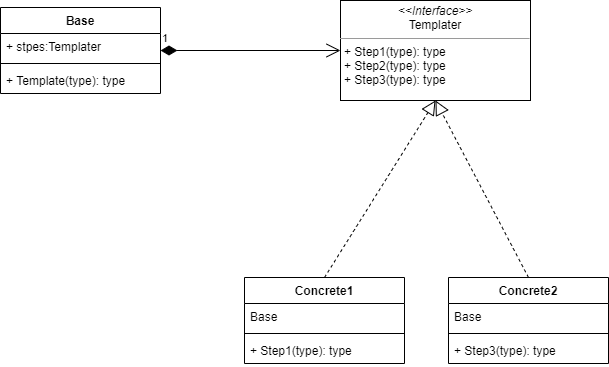
This is 022/templatepatterninterface.drawio.png from yinghao-liu/design-pattern, a draw.io export, as it was before one commit. Source tidied: cells renumbered, new cells last; positions are measured from the earlier drawing's top-left corner, leaving out a move shared by most shapes. Source of this version:
```xml
<mxGraphModel>
  <root>
    <mxCell id="0" />
    <mxCell id="1" parent="0" />
    <mxCell id="2" value="&lt;p style=&quot;margin: 0px ; margin-top: 4px ; text-align: center&quot;&gt;&lt;i&gt;&amp;lt;&amp;lt;Interface&amp;gt;&amp;gt;&lt;/i&gt;&lt;br&gt;&lt;span style=&quot;text-align: left&quot;&gt;Templater&lt;/span&gt;&lt;br&gt;&lt;/p&gt;&lt;hr size=&quot;1&quot;&gt;&lt;p style=&quot;margin: 0px ; margin-left: 4px&quot;&gt;&lt;/p&gt;&lt;p style=&quot;margin: 0px ; margin-left: 4px&quot;&gt;+ Step1(type): type&lt;br style=&quot;padding: 0px ; margin: 0px&quot;&gt;+ Step2(type): type&lt;br style=&quot;padding: 0px ; margin: 0px&quot;&gt;+ Step3(type): type&lt;br&gt;&lt;/p&gt;" style="verticalAlign=top;align=left;overflow=fill;fontSize=12;fontFamily=Helvetica;html=1;" parent="1" vertex="1">
      <mxGeometry x="340" width="190" height="100" as="geometry" />
    </mxCell>
    <mxCell id="3" value="Base" style="swimlane;fontStyle=1;align=center;verticalAlign=top;horizontal=1;startSize=26;" parent="1" vertex="1">
      <mxGeometry y="7" width="160" height="86" as="geometry" />
    </mxCell>
    <mxCell id="4" value="+ stpes:Templater&#10;" style="text;strokeColor=none;fillColor=none;align=left;verticalAlign=top;spacingLeft=4;spacingRight=4;overflow=hidden;" parent="3" vertex="1">
      <mxGeometry y="26" width="160" height="26" as="geometry" />
    </mxCell>
    <mxCell id="5" style="line;strokeWidth=1;fillColor=none;align=left;verticalAlign=middle;spacingTop=-1;spacingLeft=3;spacingRight=3;labelPosition=right;" parent="3" vertex="1">
      <mxGeometry y="52" width="160" height="8" as="geometry" />
    </mxCell>
    <mxCell id="6" value="+ Template(type): type" style="text;strokeColor=none;fillColor=none;align=left;verticalAlign=top;spacingLeft=4;spacingRight=4;overflow=hidden;" parent="3" vertex="1">
      <mxGeometry y="60" width="160" height="26" as="geometry" />
    </mxCell>
    <mxCell id="7" value="1" style="endArrow=open;html=1;endSize=12;startArrow=diamondThin;startSize=14;startFill=1;edgeStyle=orthogonalEdgeStyle;align=left;verticalAlign=bottom;exitX=1;exitY=0.5;exitDx=0;exitDy=0;entryX=0;entryY=0.5;entryDx=0;entryDy=0;" parent="1" edge="1" source="3" target="2">
      <mxGeometry x="-1" y="3" relative="1" as="geometry" />
    </mxCell>
    <mxCell id="8" value="Concrete1" style="swimlane;fontStyle=1;align=center;verticalAlign=top;horizontal=1;startSize=26;" parent="1" vertex="1">
      <mxGeometry x="244" y="277" width="160" height="86" as="geometry" />
    </mxCell>
    <mxCell id="9" value="Base" style="text;strokeColor=none;fillColor=none;align=left;verticalAlign=top;spacingLeft=4;spacingRight=4;overflow=hidden;" parent="8" vertex="1">
      <mxGeometry y="26" width="160" height="26" as="geometry" />
    </mxCell>
    <mxCell id="10" style="line;strokeWidth=1;fillColor=none;align=left;verticalAlign=middle;spacingTop=-1;spacingLeft=3;spacingRight=3;labelPosition=right;" parent="8" vertex="1">
      <mxGeometry y="52" width="160" height="8" as="geometry" />
    </mxCell>
    <mxCell id="11" value="+ Step1(type): type" style="text;strokeColor=none;fillColor=none;align=left;verticalAlign=top;spacingLeft=4;spacingRight=4;overflow=hidden;" parent="8" vertex="1">
      <mxGeometry y="60" width="160" height="26" as="geometry" />
    </mxCell>
    <mxCell id="12" value="Concrete2" style="swimlane;fontStyle=1;align=center;verticalAlign=top;horizontal=1;startSize=26;" parent="1" vertex="1">
      <mxGeometry x="448" y="277" width="160" height="86" as="geometry" />
    </mxCell>
    <mxCell id="13" value="Base" style="text;strokeColor=none;fillColor=none;align=left;verticalAlign=top;spacingLeft=4;spacingRight=4;overflow=hidden;" parent="12" vertex="1">
      <mxGeometry y="26" width="160" height="26" as="geometry" />
    </mxCell>
    <mxCell id="14" style="line;strokeWidth=1;fillColor=none;align=left;verticalAlign=middle;spacingTop=-1;spacingLeft=3;spacingRight=3;labelPosition=right;" parent="12" vertex="1">
      <mxGeometry y="52" width="160" height="8" as="geometry" />
    </mxCell>
    <mxCell id="15" value="+ Step3(type): type" style="text;strokeColor=none;fillColor=none;align=left;verticalAlign=top;spacingLeft=4;spacingRight=4;overflow=hidden;" parent="12" vertex="1">
      <mxGeometry y="60" width="160" height="26" as="geometry" />
    </mxCell>
    <mxCell id="16" style="endArrow=block;dashed=1;endFill=0;endSize=12;html=1;entryX=0.5;entryY=1;entryDx=0;entryDy=0;exitX=0.5;exitY=0;exitDx=0;exitDy=0;" parent="1" edge="1" source="8" target="2">
      <mxGeometry relative="1" as="geometry" />
    </mxCell>
    <mxCell id="17" style="endArrow=block;dashed=1;endFill=0;endSize=12;html=1;exitX=0.5;exitY=0;exitDx=0;exitDy=0;entryX=0.5;entryY=1;entryDx=0;entryDy=0;" parent="1" edge="1" source="12" target="2">
      <mxGeometry relative="1" as="geometry" />
    </mxCell>
  </root>
</mxGraphModel>
```
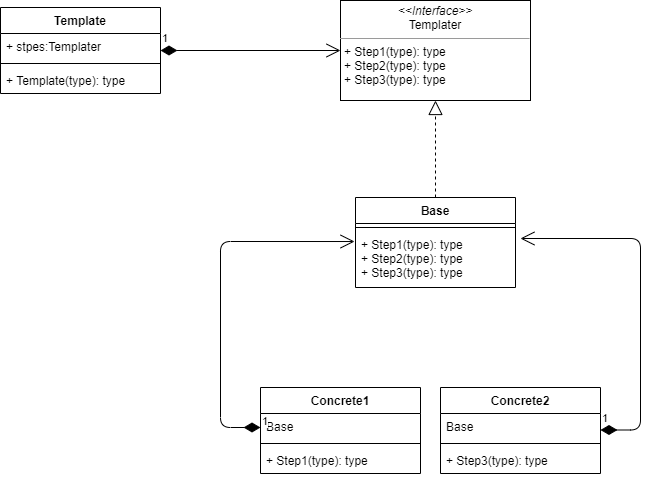
Later version of the same file.

Diff of the diagram source:
```diff
@@ -3,10 +3,10 @@
     <mxCell id="0" />
     <mxCell id="1" parent="0" />
     <mxCell id="2" value="&lt;p style=&quot;margin: 0px ; margin-top: 4px ; text-align: center&quot;&gt;&lt;i&gt;&amp;lt;&amp;lt;Interface&amp;gt;&amp;gt;&lt;/i&gt;&lt;br&gt;&lt;span style=&quot;text-align: left&quot;&gt;Templater&lt;/span&gt;&lt;br&gt;&lt;/p&gt;&lt;hr size=&quot;1&quot;&gt;&lt;p style=&quot;margin: 0px ; margin-left: 4px&quot;&gt;&lt;/p&gt;&lt;p style=&quot;margin: 0px ; margin-left: 4px&quot;&gt;+ Step1(type): type&lt;br style=&quot;padding: 0px ; margin: 0px&quot;&gt;+ Step2(type): type&lt;br style=&quot;padding: 0px ; margin: 0px&quot;&gt;+ Step3(type): type&lt;br&gt;&lt;/p&gt;" style="verticalAlign=top;align=left;overflow=fill;fontSize=12;fontFamily=Helvetica;html=1;" parent="1" vertex="1">
-      <mxGeometry x="340" width="190" height="100" as="geometry" />
+      <mxGeometry x="250" y="-13" width="190" height="100" as="geometry" />
     </mxCell>
-    <mxCell id="3" value="Base" style="swimlane;fontStyle=1;align=center;verticalAlign=top;horizontal=1;startSize=26;" parent="1" vertex="1">
-      <mxGeometry y="7" width="160" height="86" as="geometry" />
+    <mxCell id="3" value="Template" style="swimlane;fontStyle=1;align=center;verticalAlign=top;horizontal=1;startSize=26;" parent="1" vertex="1">
+      <mxGeometry x="-90" y="-6" width="160" height="86" as="geometry" />
     </mxCell>
     <mxCell id="4" value="+ stpes:Templater&#10;" style="text;strokeColor=none;fillColor=none;align=left;verticalAlign=top;spacingLeft=4;spacingRight=4;overflow=hidden;" parent="3" vertex="1">
       <mxGeometry y="26" width="160" height="26" as="geometry" />
@@ -21,7 +21,7 @@
       <mxGeometry x="-1" y="3" relative="1" as="geometry" />
     </mxCell>
     <mxCell id="8" value="Concrete1" style="swimlane;fontStyle=1;align=center;verticalAlign=top;horizontal=1;startSize=26;" parent="1" vertex="1">
-      <mxGeometry x="244" y="277" width="160" height="86" as="geometry" />
+      <mxGeometry x="170" y="374" width="160" height="86" as="geometry" />
     </mxCell>
     <mxCell id="9" value="Base" style="text;strokeColor=none;fillColor=none;align=left;verticalAlign=top;spacingLeft=4;spacingRight=4;overflow=hidden;" parent="8" vertex="1">
       <mxGeometry y="26" width="160" height="26" as="geometry" />
@@ -33,7 +33,7 @@
       <mxGeometry y="60" width="160" height="26" as="geometry" />
     </mxCell>
     <mxCell id="12" value="Concrete2" style="swimlane;fontStyle=1;align=center;verticalAlign=top;horizontal=1;startSize=26;" parent="1" vertex="1">
-      <mxGeometry x="448" y="277" width="160" height="86" as="geometry" />
+      <mxGeometry x="350" y="374" width="160" height="86" as="geometry" />
     </mxCell>
     <mxCell id="13" value="Base" style="text;strokeColor=none;fillColor=none;align=left;verticalAlign=top;spacingLeft=4;spacingRight=4;overflow=hidden;" parent="12" vertex="1">
       <mxGeometry y="26" width="160" height="26" as="geometry" />
@@ -44,11 +44,35 @@
     <mxCell id="15" value="+ Step3(type): type" style="text;strokeColor=none;fillColor=none;align=left;verticalAlign=top;spacingLeft=4;spacingRight=4;overflow=hidden;" parent="12" vertex="1">
       <mxGeometry y="60" width="160" height="26" as="geometry" />
     </mxCell>
-    <mxCell id="16" style="endArrow=block;dashed=1;endFill=0;endSize=12;html=1;entryX=0.5;entryY=1;entryDx=0;entryDy=0;exitX=0.5;exitY=0;exitDx=0;exitDy=0;" parent="1" edge="1" source="8" target="2">
-      <mxGeometry relative="1" as="geometry" />
-    </mxCell>
-    <mxCell id="17" style="endArrow=block;dashed=1;endFill=0;endSize=12;html=1;exitX=0.5;exitY=0;exitDx=0;exitDy=0;entryX=0.5;entryY=1;entryDx=0;entryDy=0;" parent="1" edge="1" source="12" target="2">
-      <mxGeometry relative="1" as="geometry" />
+    <mxCell id="17" value="Base" style="swimlane;fontStyle=1;align=center;verticalAlign=top;horizontal=1;startSize=26;" parent="1" vertex="1">
+      <mxGeometry x="265" y="184" width="160" height="90" as="geometry" />
     </mxCell>
+    <mxCell id="18" style="line;strokeWidth=1;fillColor=none;align=left;verticalAlign=middle;spacingTop=-1;spacingLeft=3;spacingRight=3;labelPosition=right;" parent="17" vertex="1">
+      <mxGeometry y="26" width="160" height="8" as="geometry" />
+    </mxCell>
+    <mxCell id="19" value="+ Step1(type): type&#10;+ Step2(type): type&#10;+ Step3(type): type" style="text;strokeColor=none;fillColor=none;align=left;verticalAlign=top;spacingLeft=4;spacingRight=4;overflow=hidden;points=[[0,0.5],[1,0.5]];portConstraint=eastwest;" parent="17" vertex="1">
+      <mxGeometry y="34" width="160" height="56" as="geometry" />
+    </mxCell>
+    <mxCell id="20" style="endArrow=block;dashed=1;endFill=0;endSize=12;html=1;entryX=0.5;entryY=1;entryDx=0;entryDy=0;exitX=0.5;exitY=0;exitDx=0;exitDy=0;" parent="1" edge="1" source="17" target="2">
+      <mxGeometry relative="1" as="geometry" />
+    </mxCell>
+    <mxCell id="21" value="1" style="endArrow=open;html=1;endSize=12;startArrow=diamondThin;startSize=14;startFill=1;edgeStyle=orthogonalEdgeStyle;align=left;verticalAlign=bottom;entryX=-0.006;entryY=0.179;entryDx=0;entryDy=0;entryPerimeter=0;" parent="1" edge="1" target="19">
+      <mxGeometry x="-1" y="3" relative="1" as="geometry">
+        <mxPoint x="170" y="414" as="sourcePoint" />
+        <Array as="points">
+          <mxPoint x="130" y="414" />
+          <mxPoint x="130" y="228" />
+        </Array>
+      </mxGeometry>
+    </mxCell>
+    <mxCell id="22" value="1" style="endArrow=open;html=1;endSize=12;startArrow=diamondThin;startSize=14;startFill=1;edgeStyle=orthogonalEdgeStyle;align=left;verticalAlign=bottom;entryX=1.031;entryY=0.125;entryDx=0;entryDy=0;entryPerimeter=0;" parent="1" edge="1" target="19">
+      <mxGeometry x="-1" y="3" relative="1" as="geometry">
+        <mxPoint x="510" y="416.5" as="sourcePoint" />
+        <Array as="points">
+          <mxPoint x="550" y="417" />
+          <mxPoint x="550" y="225" />
+        </Array>
+      </mxGeometry>
+    </mxCell>
   </root>
 </mxGraphModel>
```
